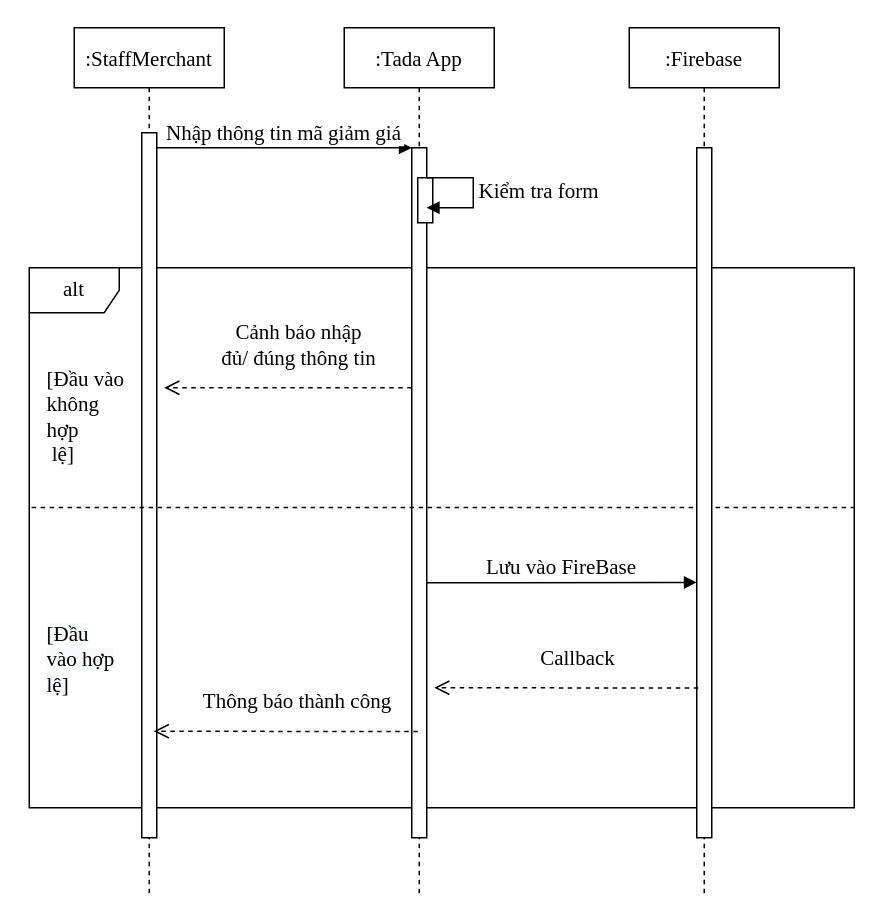
Above: Untitled Diagram.drawio in nguyendu11a2/TADA_DIAGRAM (draw.io), before the change. Source tidied: cells renumbered, new cells numbered last; positions are measured from the earlier drawing's top-left corner, leaving out a move shared by most shapes. Both pictures are drawn from the tidied source at 150%, with x=0, y=0 at pixel (28, 27).
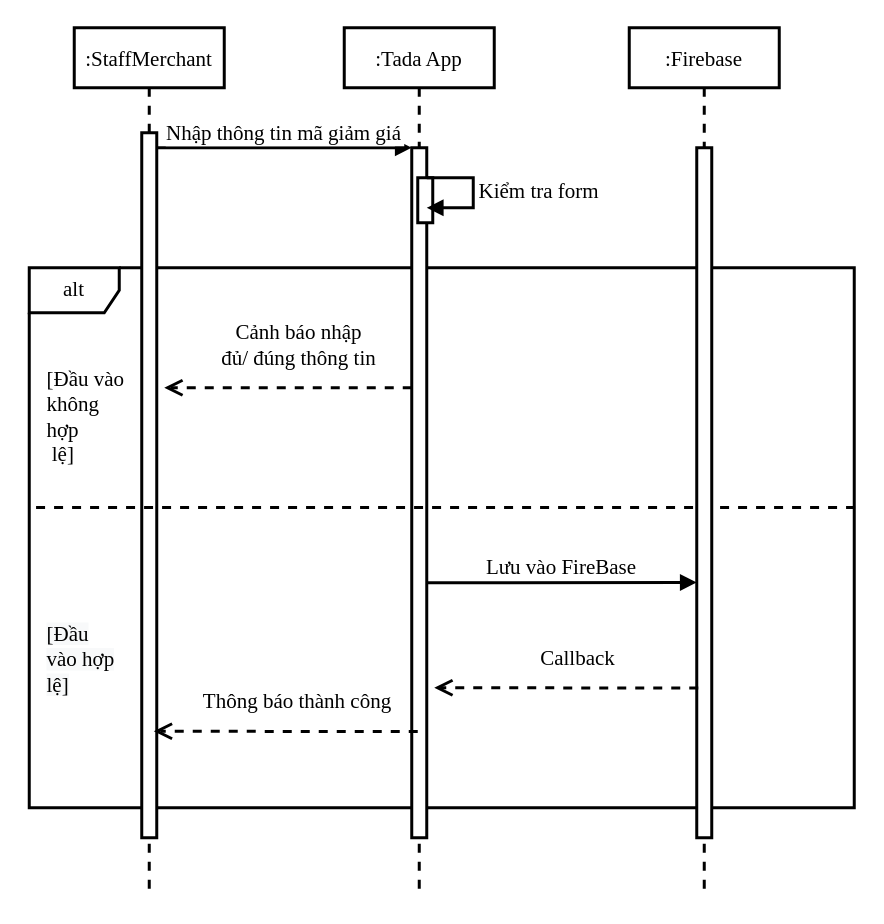
The same diagram, later.

The edit, as a diff of the source:
```diff
@@
-    <mxCell id="2" value="alt" style="shape=umlFrame;whiteSpace=wrap;html=1;fontSize=14;fontFamily=Times New Roman;" parent="1" vertex="1">
+    <mxCell id="2" value="alt" style="shape=umlFrame;whiteSpace=wrap;html=1;fontSize=14;fontFamily=Times New Roman;strokeWidth=2;" parent="1" vertex="1">
       <mxGeometry y="160" width="550" height="360" as="geometry" />
     </mxCell>
-    <mxCell id="3" value=":StaffMerchant" style="shape=umlLifeline;perimeter=lifelinePerimeter;rounded=0;shadow=0;strokeWidth=1;fontSize=14;fontFamily=Times New Roman;" parent="1" vertex="1">
+    <mxCell id="3" value=":StaffMerchant" style="shape=umlLifeline;perimeter=lifelinePerimeter;rounded=0;shadow=0;strokeWidth=2;fontSize=14;fontFamily=Times New Roman;" parent="1" vertex="1">
       <mxGeometry x="30" width="100" height="580" as="geometry" />
     </mxCell>
-    <mxCell id="4" style="points=[];perimeter=orthogonalPerimeter;rounded=0;shadow=0;strokeWidth=1;fontSize=14;fontFamily=Times New Roman;" parent="3" vertex="1">
+    <mxCell id="4" style="points=[];perimeter=orthogonalPerimeter;rounded=0;shadow=0;strokeWidth=2;fontSize=14;fontFamily=Times New Roman;" parent="3" vertex="1">
       <mxGeometry x="45" y="70" width="10" height="470" as="geometry" />
     </mxCell>
-    <mxCell id="5" value=":Tada App" style="shape=umlLifeline;perimeter=lifelinePerimeter;rounded=0;shadow=0;strokeWidth=1;fontSize=14;fontFamily=Times New Roman;" parent="1" vertex="1">
+    <mxCell id="5" value=":Tada App" style="shape=umlLifeline;perimeter=lifelinePerimeter;rounded=0;shadow=0;strokeWidth=2;fontSize=14;fontFamily=Times New Roman;" parent="1" vertex="1">
       <mxGeometry x="210" width="100" height="580" as="geometry" />
     </mxCell>
-    <mxCell id="6" style="points=[];perimeter=orthogonalPerimeter;rounded=0;shadow=0;strokeWidth=1;fontSize=14;fontFamily=Times New Roman;" parent="5" vertex="1">
+    <mxCell id="6" style="points=[];perimeter=orthogonalPerimeter;rounded=0;shadow=0;strokeWidth=2;fontSize=14;fontFamily=Times New Roman;" parent="5" vertex="1">
       <mxGeometry x="45" y="80" width="10" height="460" as="geometry" />
     </mxCell>
-    <mxCell id="7" style="html=1;perimeter=orthogonalPerimeter;fontSize=14;fontFamily=Times New Roman;" parent="5" vertex="1">
+    <mxCell id="7" style="html=1;perimeter=orthogonalPerimeter;fontSize=14;fontFamily=Times New Roman;strokeWidth=2;" parent="5" vertex="1">
       <mxGeometry x="49" y="100" width="10" height="30" as="geometry" />
     </mxCell>
-    <mxCell id="8" value="&lt;span style=&quot;text-align: center; font-size: 14px;&quot;&gt;Kiểm tra form&lt;/span&gt;" style="edgeStyle=orthogonalEdgeStyle;html=1;align=left;spacingLeft=2;endArrow=block;rounded=0;entryX=1;entryY=0;fontSize=14;fontFamily=Times New Roman;" parent="5" edge="1">
+    <mxCell id="8" value="&lt;span style=&quot;text-align: center; font-size: 14px;&quot;&gt;Kiểm tra form&lt;/span&gt;" style="edgeStyle=orthogonalEdgeStyle;html=1;align=left;spacingLeft=2;endArrow=block;rounded=0;entryX=1;entryY=0;fontSize=14;fontFamily=Times New Roman;strokeWidth=2;" parent="5" edge="1">
       <mxGeometry relative="1" as="geometry">
         <mxPoint x="55" y="100" as="sourcePoint" />
         <mxPoint x="55" y="120" as="targetPoint" />
         <Array as="points">
           <mxPoint x="86" y="100" />
         </Array>
       </mxGeometry>
     </mxCell>
-    <mxCell id="9" value="Thông báo thành công" style="verticalAlign=bottom;endArrow=open;dashed=1;endSize=8;shadow=0;strokeWidth=1;fontSize=14;fontFamily=Times New Roman;exitX=0.1;exitY=0.783;exitDx=0;exitDy=0;exitPerimeter=0;" parent="5" edge="1">
+    <mxCell id="9" value="Thông báo thành công" style="verticalAlign=bottom;endArrow=open;dashed=1;endSize=8;shadow=0;strokeWidth=2;fontSize=14;fontFamily=Times New Roman;exitX=0.1;exitY=0.783;exitDx=0;exitDy=0;exitPerimeter=0;" parent="5" edge="1">
       <mxGeometry x="-0.09" y="-10" relative="1" as="geometry">
         <mxPoint x="49" y="469.2" as="sourcePoint" />
         <mxPoint x="-127" y="469" as="targetPoint" />
       </mxGeometry>
     </mxCell>
-    <mxCell id="10" style="verticalAlign=bottom;endArrow=none;dashed=1;endSize=8;exitX=1.001;exitY=0.444;shadow=0;strokeWidth=1;fontSize=14;fontFamily=Times New Roman;exitDx=0;exitDy=0;exitPerimeter=0;entryX=-0.002;entryY=0.444;entryDx=0;entryDy=0;entryPerimeter=0;endFill=0;" parent="1" edge="1" source="2" target="2">
+    <mxCell id="10" style="verticalAlign=bottom;endArrow=none;dashed=1;endSize=8;exitX=1.001;exitY=0.444;shadow=0;strokeWidth=2;fontSize=14;fontFamily=Times New Roman;exitDx=0;exitDy=0;exitPerimeter=0;entryX=-0.002;entryY=0.444;entryDx=0;entryDy=0;entryPerimeter=0;endFill=0;" parent="1" edge="1" source="2" target="2">
       <mxGeometry relative="1" as="geometry" />
     </mxCell>
-    <mxCell id="11" value="Nhập thông tin mã giảm giá" style="verticalAlign=bottom;endArrow=block;entryX=0;entryY=0;shadow=0;strokeWidth=1;fontSize=14;fontFamily=Times New Roman;" parent="1" edge="1" source="4" target="6">
+    <mxCell id="11" value="Nhập thông tin mã giảm giá" style="verticalAlign=bottom;endArrow=block;entryX=0;entryY=0;shadow=0;strokeWidth=2;fontSize=14;fontFamily=Times New Roman;" parent="1" edge="1" source="4" target="6">
       <mxGeometry relative="1" as="geometry" />
     </mxCell>
-    <mxCell id="12" value=":Firebase" style="shape=umlLifeline;perimeter=lifelinePerimeter;rounded=0;shadow=0;strokeWidth=1;fontSize=14;fontFamily=Times New Roman;" parent="1" vertex="1">
+    <mxCell id="12" value=":Firebase" style="shape=umlLifeline;perimeter=lifelinePerimeter;rounded=0;shadow=0;strokeWidth=2;fontSize=14;fontFamily=Times New Roman;" parent="1" vertex="1">
       <mxGeometry x="400" width="100" height="580" as="geometry" />
     </mxCell>
-    <mxCell id="13" style="points=[];perimeter=orthogonalPerimeter;rounded=0;shadow=0;strokeWidth=1;fontSize=14;fontFamily=Times New Roman;" parent="12" vertex="1">
+    <mxCell id="13" style="points=[];perimeter=orthogonalPerimeter;rounded=0;shadow=0;strokeWidth=2;fontSize=14;fontFamily=Times New Roman;" parent="12" vertex="1">
       <mxGeometry x="45" y="80" width="10" height="460" as="geometry" />
     </mxCell>
-    <mxCell id="14" value="Lưu vào FireBase" style="verticalAlign=bottom;endArrow=block;entryX=0;entryY=0.63;shadow=0;strokeWidth=1;fontSize=14;fontFamily=Times New Roman;entryDx=0;entryDy=0;entryPerimeter=0;" parent="12" edge="1" target="13">
+    <mxCell id="14" value="Lưu vào FireBase" style="verticalAlign=bottom;endArrow=block;entryX=0;entryY=0.63;shadow=0;strokeWidth=2;fontSize=14;fontFamily=Times New Roman;entryDx=0;entryDy=0;entryPerimeter=0;" parent="12" edge="1" target="13">
       <mxGeometry relative="1" as="geometry">
         <mxPoint x="-135" y="370" as="sourcePoint" />
       </mxGeometry>
     </mxCell>
-    <mxCell id="15" value="&lt;span style=&quot;color: rgb(0, 0, 0); font-size: 14px; font-style: normal; font-weight: 400; letter-spacing: normal; text-align: center; text-indent: 0px; text-transform: none; word-spacing: 0px; display: inline; float: none; background-color: rgb(255, 255, 255);&quot;&gt;[Đầu vào không hợp&lt;br style=&quot;font-size: 14px;&quot;&gt;&amp;nbsp;lệ]&lt;/span&gt;" style="text;whiteSpace=wrap;html=1;fontSize=14;fontFamily=Times New Roman;" parent="1" vertex="1">
+    <mxCell id="15" value="&lt;span style=&quot;color: rgb(0, 0, 0); font-size: 14px; font-style: normal; font-weight: 400; letter-spacing: normal; text-align: center; text-indent: 0px; text-transform: none; word-spacing: 0px; display: inline; float: none; background-color: rgb(255, 255, 255);&quot;&gt;[Đầu vào không hợp&lt;br style=&quot;font-size: 14px;&quot;&gt;&amp;nbsp;lệ]&lt;/span&gt;" style="text;whiteSpace=wrap;html=1;fontSize=14;fontFamily=Times New Roman;strokeWidth=2;" parent="1" vertex="1">
       <mxGeometry x="10" y="220" width="60" height="50" as="geometry" />
     </mxCell>
-    <mxCell id="16" value="&lt;span style=&quot;color: rgb(0, 0, 0); font-size: 14px; font-style: normal; font-weight: 400; letter-spacing: normal; text-align: center; text-indent: 0px; text-transform: none; word-spacing: 0px; background-color: rgb(248, 249, 250); display: inline; float: none;&quot;&gt;[Đầu vào hợp lệ]&lt;/span&gt;" style="text;whiteSpace=wrap;html=1;fontSize=14;fontFamily=Times New Roman;" parent="1" vertex="1">
+    <mxCell id="16" value="&lt;span style=&quot;color: rgb(0, 0, 0); font-size: 14px; font-style: normal; font-weight: 400; letter-spacing: normal; text-align: center; text-indent: 0px; text-transform: none; word-spacing: 0px; background-color: rgb(248, 249, 250); display: inline; float: none;&quot;&gt;[Đầu vào hợp lệ]&lt;/span&gt;" style="text;whiteSpace=wrap;html=1;fontSize=14;fontFamily=Times New Roman;strokeWidth=2;" parent="1" vertex="1">
       <mxGeometry x="10" y="390" width="50" height="50" as="geometry" />
     </mxCell>
-    <mxCell id="17" value="Cảnh báo nhập &#10;đủ/ đúng thông tin" style="verticalAlign=bottom;endArrow=open;dashed=1;endSize=8;shadow=0;strokeWidth=1;fontSize=14;fontFamily=Times New Roman;" parent="1" edge="1" source="6">
+    <mxCell id="17" value="Cảnh báo nhập &#10;đủ/ đúng thông tin" style="verticalAlign=bottom;endArrow=open;dashed=1;endSize=8;shadow=0;strokeWidth=2;fontSize=14;fontFamily=Times New Roman;" parent="1" edge="1" source="6">
       <mxGeometry x="-0.09" y="-10" relative="1" as="geometry">
         <mxPoint x="90" y="240" as="targetPoint" />
       </mxGeometry>
     </mxCell>
-    <mxCell id="18" value="Callback" style="verticalAlign=bottom;endArrow=open;dashed=1;endSize=8;shadow=0;strokeWidth=1;fontSize=14;fontFamily=Times New Roman;exitX=0.1;exitY=0.783;exitDx=0;exitDy=0;exitPerimeter=0;" parent="1" edge="1" source="13">
+    <mxCell id="18" value="Callback" style="verticalAlign=bottom;endArrow=open;dashed=1;endSize=8;shadow=0;strokeWidth=2;fontSize=14;fontFamily=Times New Roman;exitX=0.1;exitY=0.783;exitDx=0;exitDy=0;exitPerimeter=0;" parent="1" edge="1" source="13">
       <mxGeometry x="-0.09" y="-10" relative="1" as="geometry">
         <mxPoint x="270" y="440" as="targetPoint" />
       </mxGeometry>
     </mxCell>
```
